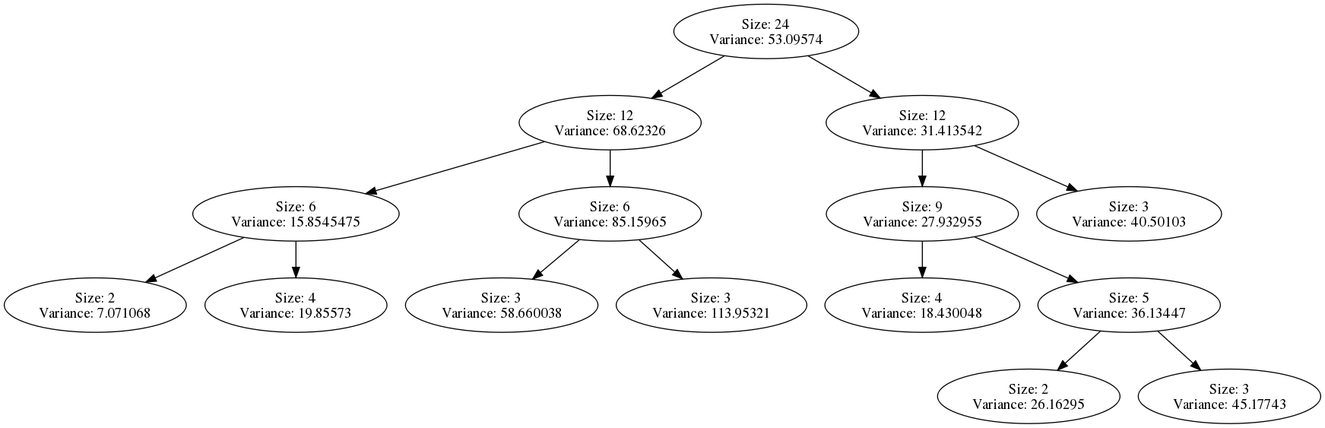
Earlier version of the Graphviz export src/dot/COCOMO81O.dot.png (abutcher/compass). Its source is kept beside it as src/dot/COCOMO81O.dot.
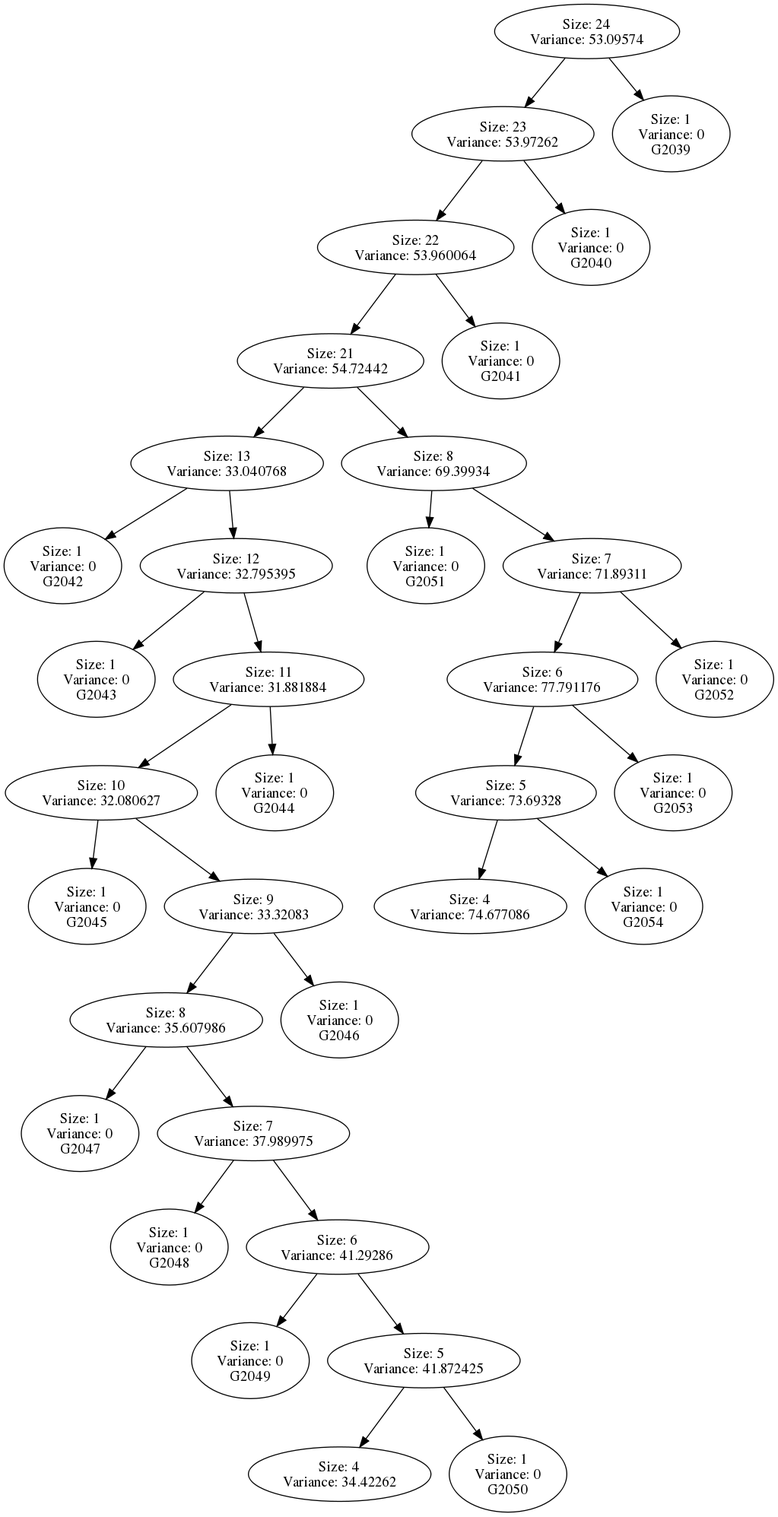
The same file after the commit.

The edit, as a diff of the source:
```diff
@@ -1,16 +1,36 @@
 DIGRAPH G {
-"Size: 24\nVariance: 53.09574" -> "Size: 12\nVariance: 68.62326" L=0;
-"Size: 24\nVariance: 53.09574" -> "Size: 12\nVariance: 31.413542" L=0;
-"Size: 12\nVariance: 68.62326" -> "Size: 6\nVariance: 15.8545475" L=1;
-"Size: 12\nVariance: 68.62326" -> "Size: 6\nVariance: 85.15965" L=1;
-"Size: 6\nVariance: 15.8545475" -> "Size: 2\nVariance: 7.071068" L=2;
-"Size: 6\nVariance: 15.8545475" -> "Size: 4\nVariance: 19.85573" L=2;
-"Size: 6\nVariance: 85.15965" -> "Size: 3\nVariance: 58.660038" L=2;
-"Size: 6\nVariance: 85.15965" -> "Size: 3\nVariance: 113.95321" L=2;
-"Size: 12\nVariance: 31.413542" -> "Size: 9\nVariance: 27.932955" L=1;
-"Size: 12\nVariance: 31.413542" -> "Size: 3\nVariance: 40.50103" L=1;
-"Size: 9\nVariance: 27.932955" -> "Size: 4\nVariance: 18.430048" L=2;
-"Size: 9\nVariance: 27.932955" -> "Size: 5\nVariance: 36.13447" L=2;
-"Size: 5\nVariance: 36.13447" -> "Size: 2\nVariance: 26.16295" L=3;
-"Size: 5\nVariance: 36.13447" -> "Size: 3\nVariance: 45.17743" L=3;
+"Size: 24\nVariance: 53.09574" -> "Size: 23\nVariance: 53.97262" L=0;
+"Size: 24\nVariance: 53.09574" -> "Size: 1\nVariance: 0\nG2039" L=0;
+"Size: 23\nVariance: 53.97262" -> "Size: 22\nVariance: 53.960064" L=1;
+"Size: 23\nVariance: 53.97262" -> "Size: 1\nVariance: 0\nG2040" L=1;
+"Size: 22\nVariance: 53.960064" -> "Size: 21\nVariance: 54.72442" L=2;
+"Size: 22\nVariance: 53.960064" -> "Size: 1\nVariance: 0\nG2041" L=2;
+"Size: 21\nVariance: 54.72442" -> "Size: 13\nVariance: 33.040768" L=3;
+"Size: 21\nVariance: 54.72442" -> "Size: 8\nVariance: 69.39934" L=3;
+"Size: 13\nVariance: 33.040768" -> "Size: 1\nVariance: 0\nG2042" L=4;
+"Size: 13\nVariance: 33.040768" -> "Size: 12\nVariance: 32.795395" L=4;
+"Size: 12\nVariance: 32.795395" -> "Size: 1\nVariance: 0\nG2043" L=5;
+"Size: 12\nVariance: 32.795395" -> "Size: 11\nVariance: 31.881884" L=5;
+"Size: 11\nVariance: 31.881884" -> "Size: 10\nVariance: 32.080627" L=6;
+"Size: 11\nVariance: 31.881884" -> "Size: 1\nVariance: 0\nG2044" L=6;
+"Size: 10\nVariance: 32.080627" -> "Size: 1\nVariance: 0\nG2045" L=7;
+"Size: 10\nVariance: 32.080627" -> "Size: 9\nVariance: 33.32083" L=7;
+"Size: 9\nVariance: 33.32083" -> "Size: 8\nVariance: 35.607986" L=8;
+"Size: 9\nVariance: 33.32083" -> "Size: 1\nVariance: 0\nG2046" L=8;
+"Size: 8\nVariance: 35.607986" -> "Size: 1\nVariance: 0\nG2047" L=9;
+"Size: 8\nVariance: 35.607986" -> "Size: 7\nVariance: 37.989975" L=9;
+"Size: 7\nVariance: 37.989975" -> "Size: 1\nVariance: 0\nG2048" L=10;
+"Size: 7\nVariance: 37.989975" -> "Size: 6\nVariance: 41.29286" L=10;
+"Size: 6\nVariance: 41.29286" -> "Size: 1\nVariance: 0\nG2049" L=11;
+"Size: 6\nVariance: 41.29286" -> "Size: 5\nVariance: 41.872425" L=11;
+"Size: 5\nVariance: 41.872425" -> "Size: 4\nVariance: 34.42262" L=12;
+"Size: 5\nVariance: 41.872425" -> "Size: 1\nVariance: 0\nG2050" L=12;
+"Size: 8\nVariance: 69.39934" -> "Size: 1\nVariance: 0\nG2051" L=4;
+"Size: 8\nVariance: 69.39934" -> "Size: 7\nVariance: 71.89311" L=4;
+"Size: 7\nVariance: 71.89311" -> "Size: 6\nVariance: 77.791176" L=5;
+"Size: 7\nVariance: 71.89311" -> "Size: 1\nVariance: 0\nG2052" L=5;
+"Size: 6\nVariance: 77.791176" -> "Size: 5\nVariance: 73.69328" L=6;
+"Size: 6\nVariance: 77.791176" -> "Size: 1\nVariance: 0\nG2053" L=6;
+"Size: 5\nVariance: 73.69328" -> "Size: 4\nVariance: 74.677086" L=7;
+"Size: 5\nVariance: 73.69328" -> "Size: 1\nVariance: 0\nG2054" L=7;
 }
```
